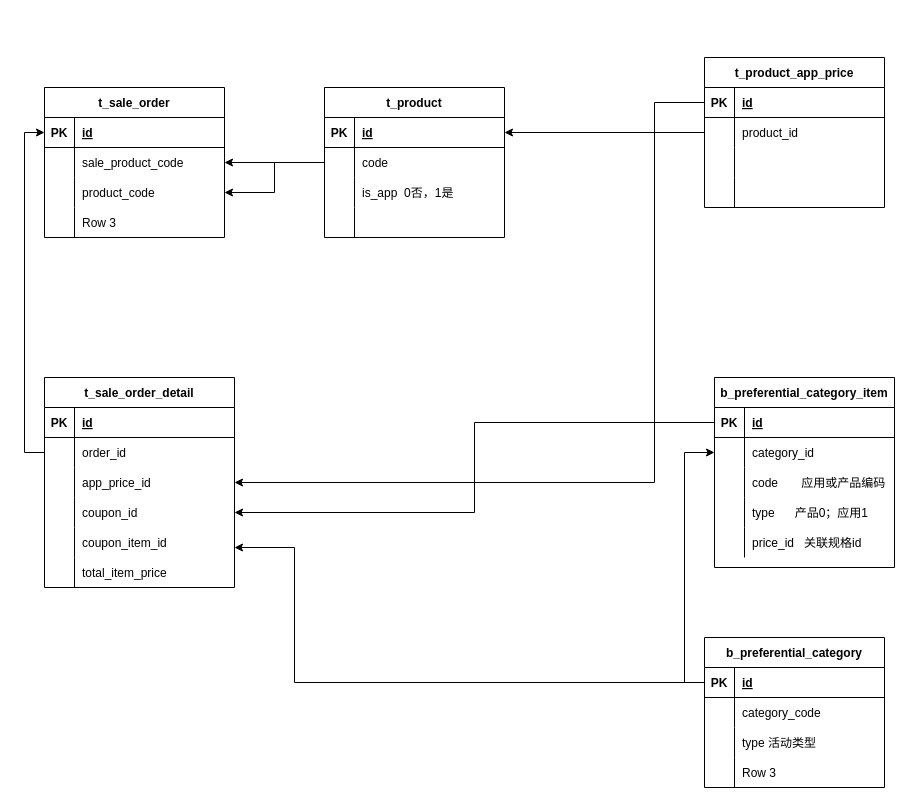
This is 237相关ER图.drawio from duoduoCain/blog, a draw.io file, before an edit. Source tidied: cells renumbered, new cells numbered last; positions are measured from the earlier drawing's top-left corner, leaving out a move shared by most shapes. Both pictures are drawn from the tidied source at 100%, with x=0, y=0 at pixel (44, 57).
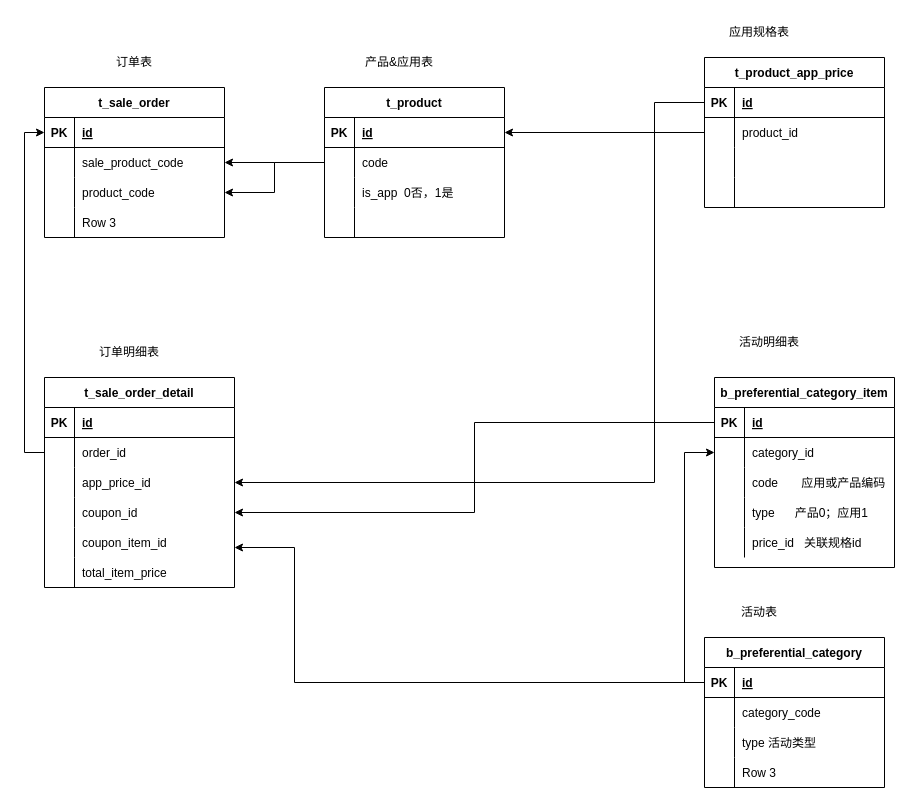
Above is the later version.

Commit message (it also covers changes not shown here):
更新237相关ER图.drawio

The edit, as a diff of the source:
```diff
@@
+    <mxCell id="101" value="订单表" style="text;html=1;strokeColor=none;fillColor=none;align=center;verticalAlign=middle;whiteSpace=wrap;rounded=0;" parent="1" vertex="1">
+      <mxGeometry x="60" y="-10" width="60" height="30" as="geometry" />
+    </mxCell>
+    <mxCell id="102" value="订单明细表" style="text;html=1;strokeColor=none;fillColor=none;align=center;verticalAlign=middle;whiteSpace=wrap;rounded=0;" parent="1" vertex="1">
+      <mxGeometry x="30" y="280" width="110" height="30" as="geometry" />
+    </mxCell>
+    <mxCell id="103" value="产品&amp;amp;应用表" style="text;html=1;strokeColor=none;fillColor=none;align=center;verticalAlign=middle;whiteSpace=wrap;rounded=0;" parent="1" vertex="1">
+      <mxGeometry x="300" y="-10" width="110" height="30" as="geometry" />
+    </mxCell>
+    <mxCell id="104" value="应用规格表" style="text;html=1;strokeColor=none;fillColor=none;align=center;verticalAlign=middle;whiteSpace=wrap;rounded=0;" parent="1" vertex="1">
+      <mxGeometry x="660" y="-40" width="110" height="30" as="geometry" />
+    </mxCell>
+    <mxCell id="105" value="活动明细表" style="text;html=1;strokeColor=none;fillColor=none;align=center;verticalAlign=middle;whiteSpace=wrap;rounded=0;" parent="1" vertex="1">
+      <mxGeometry x="670" y="270" width="110" height="30" as="geometry" />
+    </mxCell>
+    <mxCell id="106" value="活动表" style="text;html=1;strokeColor=none;fillColor=none;align=center;verticalAlign=middle;whiteSpace=wrap;rounded=0;" parent="1" vertex="1">
+      <mxGeometry x="660" y="540" width="110" height="30" as="geometry" />
+    </mxCell>
```
